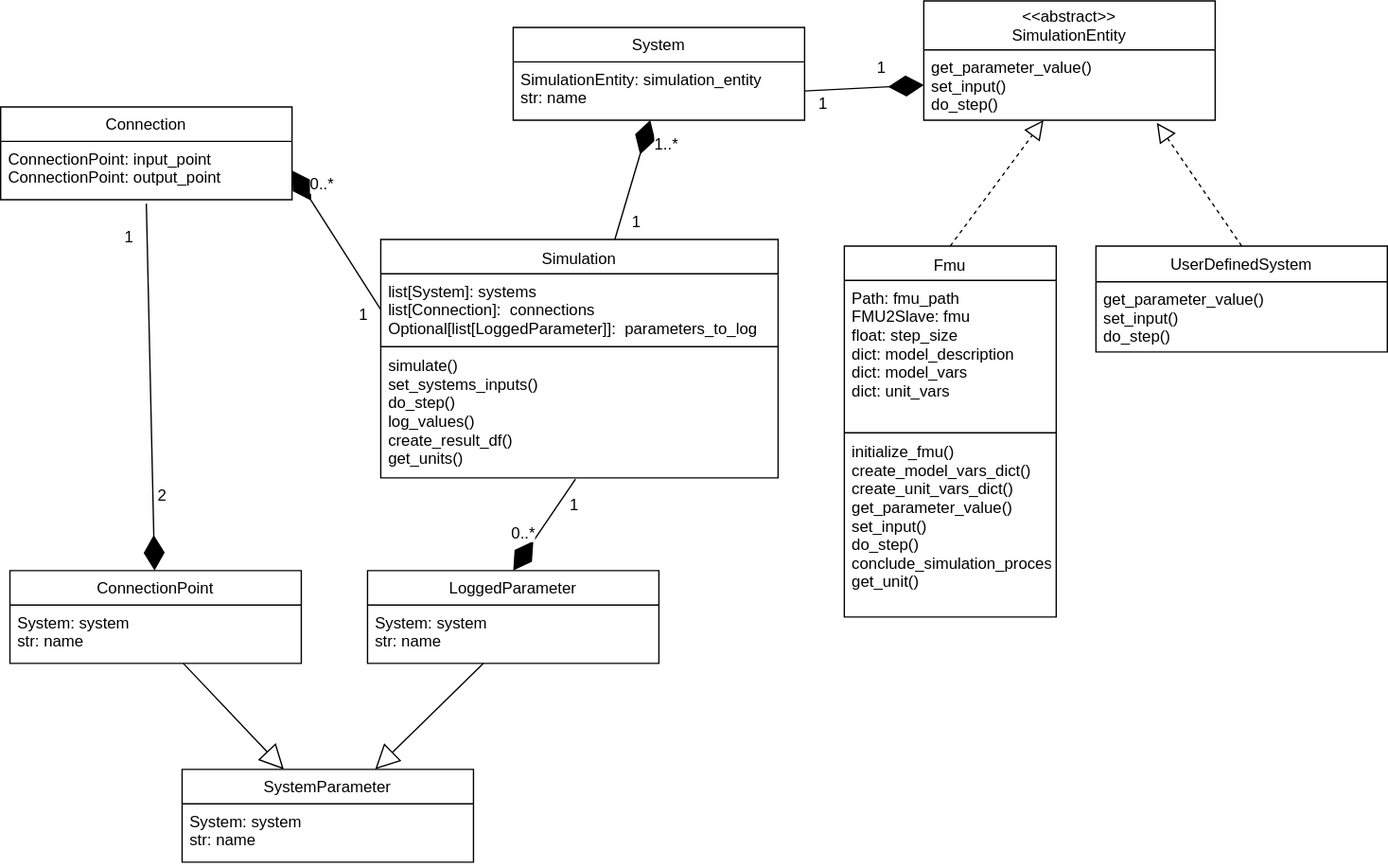
Above: docs/API Documentation/uml_diagram_simulation.svg in fluid-systems/SOFIRpy (draw.io), before the change. Source tidied: cells renumbered, new cells last; positions are measured from the earlier drawing's top-left corner, leaving out a move shared by most shapes.
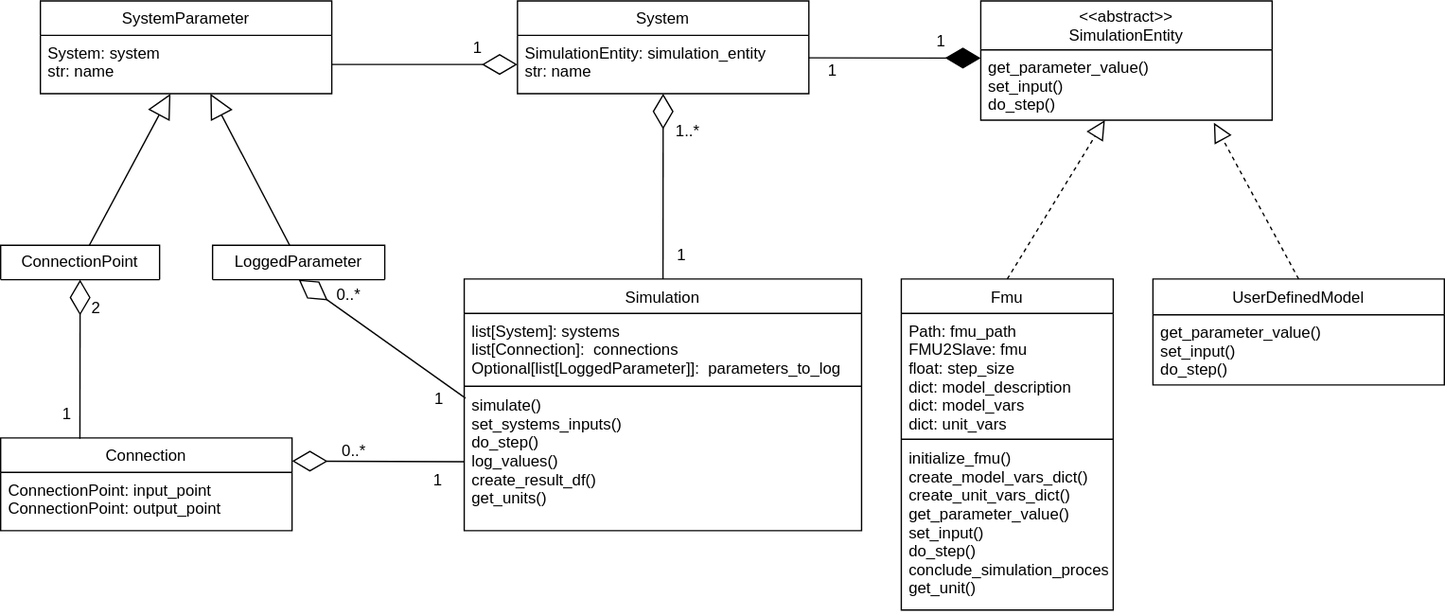
After the change.

What changed in the source:
```diff
@@ -3,7 +3,7 @@
     <mxCell id="0" />
     <mxCell id="1" parent="0" />
     <mxCell id="2" value="Simulation" style="swimlane;fontStyle=0;align=center;verticalAlign=top;horizontal=1;startSize=26;" parent="1" vertex="1">
-      <mxGeometry x="287" y="180" width="300" height="180" as="geometry" />
+      <mxGeometry x="327" y="200" width="300" height="190" as="geometry" />
     </mxCell>
     <mxCell id="3" value="list[System]: systems&#10;list[Connection]:  connections&#10;Optional[list[LoggedParameter]]:  parameters_to_log" style="text;strokeColor=none;fillColor=none;align=left;verticalAlign=top;spacingLeft=4;spacingRight=4;overflow=hidden;points=[[0,0.5],[1,0.5]];portConstraint=eastwest;" parent="2" vertex="1">
       <mxGeometry y="26" width="300" height="54" as="geometry" />
@@ -12,67 +12,54 @@
       <mxGeometry y="80" width="300" height="2" as="geometry" />
     </mxCell>
     <mxCell id="5" value="simulate()&#10;set_systems_inputs()&#10;do_step()&#10;log_values()&#10;create_result_df()&#10;get_units()" style="text;strokeColor=none;fillColor=none;align=left;verticalAlign=top;spacingLeft=4;spacingRight=4;overflow=hidden;points=[[0,0.5],[1,0.5]];portConstraint=eastwest;" parent="2" vertex="1">
-      <mxGeometry y="82" width="300" height="98" as="geometry" />
+      <mxGeometry y="82" width="300" height="108" as="geometry" />
     </mxCell>
     <mxCell id="6" value="System" style="swimlane;fontStyle=0;horizontal=1;startSize=26;fillColor=none;" parent="1" vertex="1">
-      <mxGeometry x="387" y="20" width="220" height="70" as="geometry" />
+      <mxGeometry x="367.2" y="-10" width="220" height="70" as="geometry" />
     </mxCell>
     <mxCell id="7" value="SimulationEntity: simulation_entity&#10;str: name" style="text;strokeColor=none;fillColor=none;align=left;verticalAlign=top;spacingLeft=4;spacingRight=4;overflow=hidden;points=[[0,0.5],[1,0.5]];portConstraint=eastwest;" parent="6" vertex="1">
       <mxGeometry y="26" width="220" height="44" as="geometry" />
     </mxCell>
-    <mxCell id="8" value="SystemParameter" style="swimlane;fontStyle=0;horizontal=1;startSize=26;fillColor=none;" parent="1" vertex="1">
-      <mxGeometry x="137" y="580" width="220" height="70" as="geometry" />
-    </mxCell>
-    <mxCell id="9" value="System: system&#10;str: name" style="text;strokeColor=none;fillColor=none;align=left;verticalAlign=top;spacingLeft=4;spacingRight=4;overflow=hidden;points=[[0,0.5],[1,0.5]];portConstraint=eastwest;" parent="8" vertex="1">
-      <mxGeometry y="26" width="220" height="44" as="geometry" />
-    </mxCell>
-    <mxCell id="10" value="ConnectionPoint" style="swimlane;fontStyle=0;horizontal=1;startSize=26;fillColor=none;" parent="1" vertex="1">
-      <mxGeometry x="7" y="430" width="220" height="70" as="geometry" />
+    <mxCell id="10" value="ConnectionPoint" style="swimlane;fontStyle=0;horizontal=1;startSize=26;fillColor=none;" parent="1" vertex="1" collapsed="1">
+      <mxGeometry x="-23" y="174.5" width="120" height="26" as="geometry" />
     </mxCell>
-    <mxCell id="11" value="System: system&#10;str: name" style="text;strokeColor=none;fillColor=none;align=left;verticalAlign=top;spacingLeft=4;spacingRight=4;overflow=hidden;points=[[0,0.5],[1,0.5]];portConstraint=eastwest;" parent="10" vertex="1">
-      <mxGeometry y="26" width="220" height="44" as="geometry" />
-    </mxCell>
-    <mxCell id="12" value="LoggedParameter" style="swimlane;fontStyle=0;horizontal=1;startSize=26;fillColor=none;" parent="1" vertex="1">
-      <mxGeometry x="277" y="430" width="220" height="70" as="geometry" />
+    <mxCell id="12" value="LoggedParameter" style="swimlane;fontStyle=0;horizontal=1;startSize=26;fillColor=none;" parent="1" vertex="1" collapsed="1">
+      <mxGeometry x="137" y="174.5" width="130" height="26" as="geometry" />
     </mxCell>
-    <mxCell id="13" value="System: system&#10;str: name" style="text;strokeColor=none;fillColor=none;align=left;verticalAlign=top;spacingLeft=4;spacingRight=4;overflow=hidden;points=[[0,0.5],[1,0.5]];portConstraint=eastwest;" parent="12" vertex="1">
-      <mxGeometry y="26" width="220" height="44" as="geometry" />
-    </mxCell>
     <mxCell id="14" value="Connection" style="swimlane;fontStyle=0;horizontal=1;startSize=26;fillColor=none;" parent="1" vertex="1">
-      <mxGeometry y="80" width="220" height="70" as="geometry" />
+      <mxGeometry x="-23" y="320" width="220" height="70" as="geometry" />
     </mxCell>
     <mxCell id="15" value="ConnectionPoint: input_point&#10;ConnectionPoint: output_point" style="text;strokeColor=none;fillColor=none;align=left;verticalAlign=top;spacingLeft=4;spacingRight=4;overflow=hidden;points=[[0,0.5],[1,0.5]];portConstraint=eastwest;" parent="14" vertex="1">
       <mxGeometry y="26" width="220" height="44" as="geometry" />
     </mxCell>
     <mxCell id="16" value="&lt;&lt;abstract&gt;&gt;&#10;SimulationEntity" style="swimlane;fontStyle=0;horizontal=1;startSize=37;fillColor=none;" parent="1" vertex="1">
-      <mxGeometry x="697" width="220" height="90" as="geometry" />
+      <mxGeometry x="717" y="-10" width="220" height="90" as="geometry" />
     </mxCell>
     <mxCell id="17" value="get_parameter_value()&#10;set_input()&#10;do_step()" style="text;strokeColor=none;fillColor=none;align=left;verticalAlign=top;spacingLeft=4;spacingRight=4;overflow=hidden;points=[[0,0.5],[1,0.5]];portConstraint=eastwest;" parent="16" vertex="1">
       <mxGeometry y="37" width="220" height="53" as="geometry" />
     </mxCell>
     <mxCell id="18" value="Fmu" style="swimlane;fontStyle=0;align=center;verticalAlign=top;horizontal=1;startSize=26;" parent="1" vertex="1">
-      <mxGeometry x="637" y="185" width="160" height="280" as="geometry" />
+      <mxGeometry x="657" y="200" width="160" height="250" as="geometry" />
     </mxCell>
     <mxCell id="19" value="Path: fmu_path&#10;FMU2Slave: fmu &#10;float: step_size&#10;dict: model_description&#10;dict: model_vars&#10;dict: unit_vars" style="text;strokeColor=none;fillColor=none;align=left;verticalAlign=top;spacingLeft=4;spacingRight=4;overflow=hidden;" parent="18" vertex="1">
-      <mxGeometry y="26" width="160" height="114" as="geometry" />
+      <mxGeometry y="26" width="160" height="94" as="geometry" />
     </mxCell>
     <mxCell id="20" style="line;strokeWidth=1;fillColor=none;align=left;verticalAlign=middle;spacingTop=-1;spacingLeft=3;spacingRight=3;labelPosition=right;" parent="18" vertex="1">
-      <mxGeometry y="140" width="160" height="2" as="geometry" />
+      <mxGeometry y="120" width="160" height="2" as="geometry" />
     </mxCell>
     <mxCell id="21" value="initialize_fmu()&#10;create_model_vars_dict()&#10;create_unit_vars_dict()&#10;get_parameter_value()&#10;set_input()&#10;do_step()&#10;conclude_simulation_process()&#10;get_unit()" style="text;strokeColor=none;fillColor=none;align=left;verticalAlign=top;spacingLeft=4;spacingRight=4;overflow=hidden;" parent="18" vertex="1">
-      <mxGeometry y="142" width="160" height="138" as="geometry" />
+      <mxGeometry y="122" width="160" height="128" as="geometry" />
     </mxCell>
     <mxCell id="22" style="endArrow=block;dashed=1;endFill=0;endSize=12;html=1;exitX=0.5;exitY=0;exitDx=0;exitDy=0;" parent="1" edge="1" source="18" target="17">
       <mxGeometry relative="1" as="geometry" />
     </mxCell>
-    <mxCell id="23" value="&lt;br&gt;" style="endArrow=block;endSize=16;endFill=0;html=1;" parent="1" edge="1" source="13" target="8">
+    <mxCell id="23" value="&lt;br&gt;" style="endArrow=block;endSize=16;endFill=0;html=1;" parent="1" edge="1" source="12" target="8">
       <mxGeometry relative="1" as="geometry" />
     </mxCell>
-    <mxCell id="24" value="&lt;br&gt;" style="endArrow=block;endSize=16;endFill=0;html=1;" parent="1" edge="1" source="11" target="8">
-      <mxGeometry relative="1" as="geometry" />
-    </mxCell>
-    <mxCell id="25" style="endArrow=diamondThin;endFill=1;endSize=24;html=1;exitX=1;exitY=0.5;exitDx=0;exitDy=0;entryX=0;entryY=0.5;entryDx=0;entryDy=0;" parent="1" edge="1" source="7" target="17">
-      <mxGeometry relative="1" as="geometry" />
+    <mxCell id="25" style="endArrow=diamondThin;endFill=1;endSize=24;html=1;entryX=0;entryY=0.116;entryDx=0;entryDy=0;entryPerimeter=0;" parent="1" edge="1" target="17">
+      <mxGeometry relative="1" as="geometry">
+        <mxPoint x="587" y="33" as="sourcePoint" />
+      </mxGeometry>
     </mxCell>
     <mxCell id="26" value="1" style="text;html=1;align=center;verticalAlign=middle;labelBackgroundColor=#ffffff;" parent="25" vertex="1">
       <mxGeometry x="-0.81" relative="1" as="geometry">
@@ -81,11 +68,13 @@
     </mxCell>
     <mxCell id="27" value="1" style="text;html=1;align=center;verticalAlign=middle;labelBackgroundColor=#ffffff;" parent="25" vertex="1">
       <mxGeometry x="0.59" y="-1" relative="1" as="geometry">
-        <mxPoint x="-14" y="-15.5" as="offset" />
+        <mxPoint x="-3.5" y="-14" as="offset" />
       </mxGeometry>
     </mxCell>
-    <mxCell id="28" style="endArrow=diamondThin;endFill=1;endSize=24;html=1;entryX=1;entryY=0.5;entryDx=0;entryDy=0;exitX=0;exitY=0.5;exitDx=0;exitDy=0;" parent="1" edge="1" source="3" target="15">
-      <mxGeometry relative="1" as="geometry" />
+    <mxCell id="28" style="endArrow=diamondThin;endFill=0;endSize=24;html=1;entryX=1;entryY=0.25;entryDx=0;entryDy=0;" parent="1" edge="1" target="14">
+      <mxGeometry relative="1" as="geometry">
+        <mxPoint x="327" y="338" as="sourcePoint" />
+      </mxGeometry>
     </mxCell>
     <mxCell id="29" value="1" style="text;html=1;align=center;verticalAlign=middle;labelBackgroundColor=#ffffff;" parent="28" vertex="1">
       <mxGeometry x="-0.81" relative="1" as="geometry">
@@ -94,36 +83,25 @@
     </mxCell>
     <mxCell id="30" value="0..*" style="text;html=1;align=center;verticalAlign=middle;labelBackgroundColor=#ffffff;" parent="28" vertex="1">
       <mxGeometry x="0.59" y="-1" relative="1" as="geometry">
-        <mxPoint x="8.5" y="-11.5" as="offset" />
+        <mxPoint x="20" y="-8" as="offset" />
       </mxGeometry>
     </mxCell>
-    <mxCell id="31" style="endArrow=diamondThin;endFill=1;endSize=24;html=1;exitX=0.5;exitY=1.068;exitDx=0;exitDy=0;exitPerimeter=0;" parent="1" edge="1" source="15" target="10">
-      <mxGeometry relative="1" as="geometry" />
-    </mxCell>
-    <mxCell id="32" value="1" style="text;html=1;align=center;verticalAlign=middle;labelBackgroundColor=#ffffff;" parent="31" vertex="1">
-      <mxGeometry x="-0.81" relative="1" as="geometry">
-        <mxPoint x="-13" y="-1" as="offset" />
-      </mxGeometry>
-    </mxCell>
-    <mxCell id="33" value="2" style="text;html=1;align=center;verticalAlign=middle;labelBackgroundColor=#ffffff;" parent="31" vertex="1">
-      <mxGeometry x="0.59" y="-1" relative="1" as="geometry">
-        <mxPoint x="8" as="offset" />
-      </mxGeometry>
-    </mxCell>
-    <mxCell id="34" style="endArrow=diamondThin;endFill=1;endSize=24;html=1;exitX=0.49;exitY=1.01;exitDx=0;exitDy=0;exitPerimeter=0;entryX=0.5;entryY=0;entryDx=0;entryDy=0;" parent="1" edge="1" source="5" target="12">
-      <mxGeometry relative="1" as="geometry" />
+    <mxCell id="34" style="endArrow=diamondThin;endFill=0;endSize=24;html=1;entryX=0.5;entryY=1;entryDx=0;entryDy=0;" parent="1" edge="1" target="12">
+      <mxGeometry relative="1" as="geometry">
+        <mxPoint x="328" y="290" as="sourcePoint" />
+      </mxGeometry>
     </mxCell>
     <mxCell id="35" value="1" style="text;html=1;align=center;verticalAlign=middle;labelBackgroundColor=#ffffff;" parent="34" vertex="1">
       <mxGeometry x="-0.81" relative="1" as="geometry">
-        <mxPoint x="3" y="12.5" as="offset" />
+        <mxPoint x="-8.5" y="8.5" as="offset" />
       </mxGeometry>
     </mxCell>
     <mxCell id="36" value="0..*" style="text;html=1;align=center;verticalAlign=middle;labelBackgroundColor=#ffffff;" parent="34" vertex="1">
       <mxGeometry x="0.59" y="-1" relative="1" as="geometry">
-        <mxPoint x="-1.5" y="-15" as="offset" />
+        <mxPoint x="11" y="-7" as="offset" />
       </mxGeometry>
     </mxCell>
-    <mxCell id="37" style="endArrow=diamondThin;endFill=1;endSize=24;html=1;" parent="1" edge="1" source="2" target="7">
+    <mxCell id="37" style="endArrow=diamondThin;endFill=0;endSize=24;html=1;" parent="1" edge="1" source="2" target="7">
       <mxGeometry relative="1" as="geometry" />
     </mxCell>
     <mxCell id="38" value="1" style="text;html=1;align=center;verticalAlign=middle;labelBackgroundColor=#ffffff;" parent="37" vertex="1">
@@ -136,8 +114,8 @@
         <mxPoint x="17" y="-1" as="offset" />
       </mxGeometry>
     </mxCell>
-    <mxCell id="40" value="UserDefinedSystem" style="swimlane;fontStyle=0;horizontal=1;startSize=27;fillColor=none;" parent="1" vertex="1">
-      <mxGeometry x="827" y="185" width="220" height="80" as="geometry" />
+    <mxCell id="40" value="UserDefinedModel" style="swimlane;fontStyle=0;horizontal=1;startSize=27;fillColor=none;" parent="1" vertex="1">
+      <mxGeometry x="847" y="200" width="220" height="80" as="geometry" />
     </mxCell>
     <mxCell id="41" value="get_parameter_value()&#10;set_input()&#10;do_step()" style="text;strokeColor=none;fillColor=none;align=left;verticalAlign=top;spacingLeft=4;spacingRight=4;overflow=hidden;" parent="40" vertex="1">
       <mxGeometry y="27" width="220" height="53" as="geometry" />
@@ -145,5 +123,35 @@
     <mxCell id="42" style="endArrow=block;dashed=1;endFill=0;endSize=12;html=1;exitX=0.5;exitY=0;exitDx=0;exitDy=0;entryX=0.8;entryY=1.038;entryDx=0;entryDy=0;entryPerimeter=0;" parent="1" edge="1" source="40" target="17">
       <mxGeometry relative="1" as="geometry" />
     </mxCell>
+    <mxCell id="8" value="SystemParameter" style="swimlane;fontStyle=0;horizontal=1;startSize=26;fillColor=none;" parent="1" vertex="1">
+      <mxGeometry x="7" y="-10" width="220" height="70" as="geometry" />
+    </mxCell>
+    <mxCell id="9" value="System: system&#10;str: name" style="text;strokeColor=none;fillColor=none;align=left;verticalAlign=top;spacingLeft=4;spacingRight=4;overflow=hidden;points=[[0,0.5],[1,0.5]];portConstraint=eastwest;" parent="8" vertex="1">
+      <mxGeometry y="26" width="220" height="44" as="geometry" />
+    </mxCell>
+    <mxCell id="43" style="endArrow=diamondThin;endFill=0;endSize=24;html=1;exitX=0.272;exitY=0.01;exitDx=0;exitDy=0;startArrow=none;startFill=0;entryX=0.5;entryY=1;entryDx=0;entryDy=0;exitPerimeter=0;" parent="1" edge="1" source="14" target="10">
+      <mxGeometry relative="1" as="geometry" />
+    </mxCell>
+    <mxCell id="44" value="1" style="text;html=1;align=center;verticalAlign=middle;labelBackgroundColor=#ffffff;" parent="43" vertex="1">
+      <mxGeometry x="-0.81" relative="1" as="geometry">
+        <mxPoint x="-10" y="-9.5" as="offset" />
+      </mxGeometry>
+    </mxCell>
+    <mxCell id="33" value="2" style="text;html=1;align=center;verticalAlign=middle;labelBackgroundColor=#ffffff;" parent="43" vertex="1">
+      <mxGeometry x="0.59" y="-1" relative="1" as="geometry">
+        <mxPoint x="11" y="-4" as="offset" />
+      </mxGeometry>
+    </mxCell>
+    <mxCell id="45" value="&lt;br&gt;" style="endArrow=block;endSize=16;endFill=0;html=1;" parent="1" edge="1" source="10" target="9">
+      <mxGeometry relative="1" as="geometry" />
+    </mxCell>
+    <mxCell id="46" style="endArrow=diamondThin;endFill=0;endSize=24;html=1;entryX=0;entryY=0.5;entryDx=0;entryDy=0;" parent="1" edge="1" source="9" target="7">
+      <mxGeometry relative="1" as="geometry" />
+    </mxCell>
+    <mxCell id="47" value="1" style="text;html=1;align=center;verticalAlign=middle;labelBackgroundColor=#ffffff;" parent="46" vertex="1">
+      <mxGeometry x="-0.81" relative="1" as="geometry">
+        <mxPoint x="97" y="-13" as="offset" />
+      </mxGeometry>
+    </mxCell>
   </root>
 </mxGraphModel>
```
